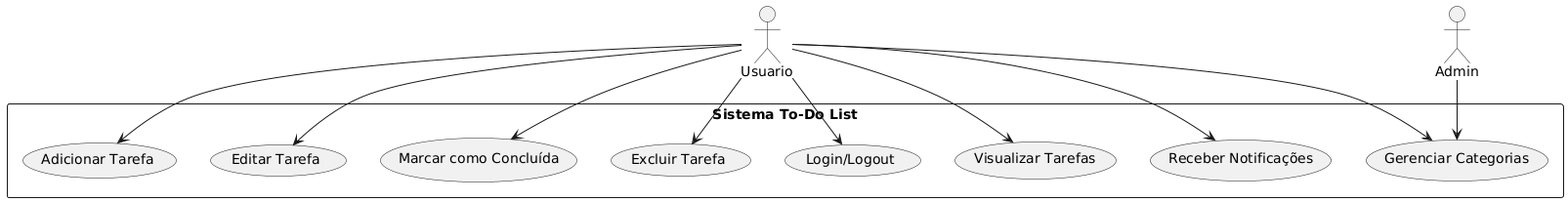
The PlantUML diagram ProjetoToDoListAF/docs/diagrams/diagrama_de_casos_de_uso.png in MateusOliveiraT25/ProjetosNodeJs, before a commit.
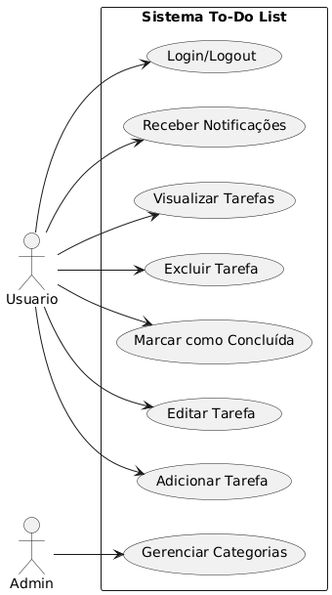
The same diagram one commit later.

Change to the diagram source:
```diff
@@ -1,17 +1,27 @@
 @startuml
+left to right direction
+
 actor Usuario
 actor Admin
 
 rectangle "Sistema To-Do List" {
-    Usuario --> (Login/Logout)
-    Usuario --> (Adicionar Tarefa)
-    Usuario --> (Editar Tarefa)
-    Usuario --> (Marcar como Concluída)
-    Usuario --> (Excluir Tarefa)
-    Usuario --> (Gerenciar Categorias)
-    Usuario --> (Visualizar Tarefas)
-    Usuario --> (Receber Notificações)
+    (Login/Logout) as Login
+    (Adicionar Tarefa) as Adicionar
+    (Editar Tarefa) as Editar
+    (Marcar como Concluída) as Marcar
+    (Excluir Tarefa) as Excluir
+    (Gerenciar Categorias) as GerenciarCategorias
+    (Visualizar Tarefas) as Visualizar
+    (Receber Notificações) as Notificacoes
 
-    Admin --> (Gerenciar Categorias)
+    Usuario --> Login
+    Usuario --> Adicionar
+    Usuario --> Editar
+    Usuario --> Marcar
+    Usuario --> Excluir
+    Usuario --> Visualizar
+    Usuario --> Notificacoes
+
+    Admin --> GerenciarCategorias
 }
 @enduml
```
